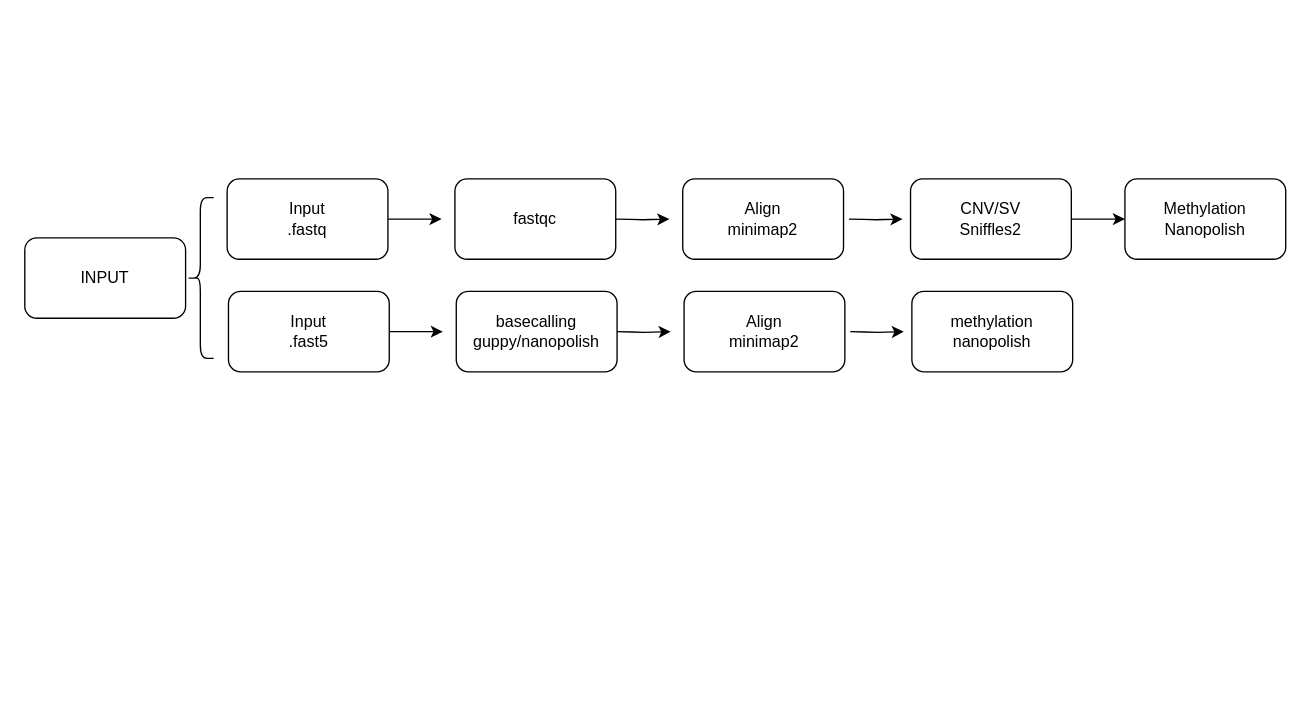
Above: presentation/workflow.drawio in MeowBing/file (draw.io), before the change. Source tidied: cells renumbered, new cells numbered last; positions are measured from the earlier drawing's top-left corner, leaving out a move shared by most shapes. Both pictures are drawn from the tidied source at 134%, with x=0, y=0 at pixel (24, 178).
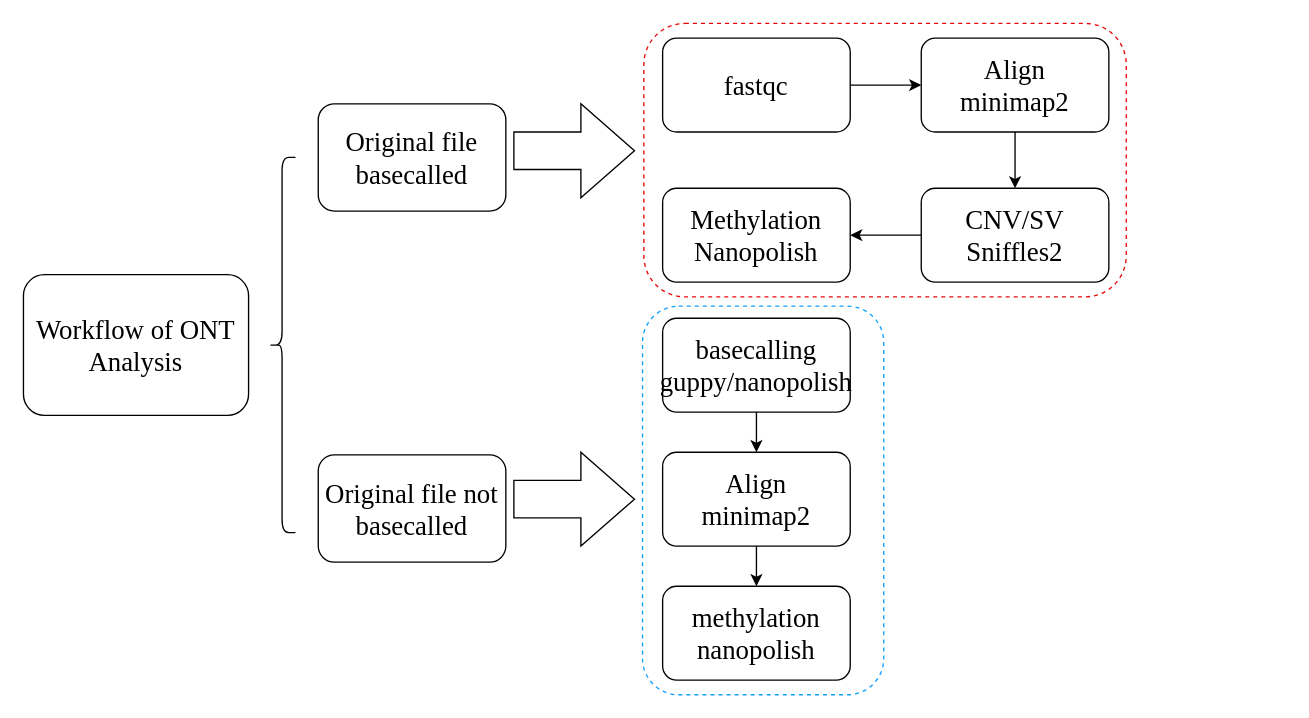
After the change.

Diff of the diagram source:
```diff
@@
-    <mxCell id="2" style="edgeStyle=orthogonalEdgeStyle;jettySize=auto;html=1;" parent="1" edge="1" source="3">
-      <mxGeometry relative="1" as="geometry">
-        <mxPoint x="311" y="30" as="targetPoint" />
-      </mxGeometry>
-    </mxCell>
-    <mxCell id="3" value="Input&lt;div&gt;.fastq&lt;/div&gt;" style="rounded=1;whiteSpace=wrap;html=1;fillColor=none;" parent="1" vertex="1">
-      <mxGeometry x="151" width="120" height="60" as="geometry" />
-    </mxCell>
+    <mxCell id="20" style="edgeStyle=orthogonalEdgeStyle;rounded=0;jettySize=auto;html=1;exitX=0.5;exitY=1;exitDx=0;exitDy=0;entryX=0.5;entryY=0;entryDx=0;entryDy=0;fontFamily=Times New Roman;fontSize=20;" parent="1" edge="1" source="4" target="6">
+      <mxGeometry relative="1" as="geometry" />
+    </mxCell>
-    <mxCell id="4" value="Align&lt;div&gt;minimap2&lt;/div&gt;" style="rounded=1;whiteSpace=wrap;html=1;fillColor=none;" parent="1" vertex="1">
-      <mxGeometry x="491" width="120" height="60" as="geometry" />
+    <mxCell id="4" value="Align&lt;div style=&quot;font-size: 20px;&quot;&gt;minimap2&lt;/div&gt;" style="rounded=1;whiteSpace=wrap;html=1;fillColor=none;fontFamily=Times New Roman;fontSize=20;" parent="1" vertex="1">
+      <mxGeometry x="669" y="-105" width="140" height="70" as="geometry" />
     </mxCell>
-    <mxCell id="5" style="edgeStyle=orthogonalEdgeStyle;jettySize=auto;html=1;" parent="1" edge="1" source="6" target="7">
+    <mxCell id="5" style="edgeStyle=orthogonalEdgeStyle;rounded=0;jettySize=auto;html=1;exitX=0;exitY=0.5;exitDx=0;exitDy=0;entryX=1;entryY=0.5;entryDx=0;entryDy=0;" parent="1" edge="1" source="6" target="7">
       <mxGeometry relative="1" as="geometry" />
     </mxCell>
-    <mxCell id="6" value="CNV/SV&lt;div&gt;Sniffles2&lt;/div&gt;" style="rounded=1;whiteSpace=wrap;html=1;fillColor=none;" parent="1" vertex="1">
-      <mxGeometry x="661" width="120" height="60" as="geometry" />
+    <mxCell id="6" value="CNV/SV&lt;div style=&quot;font-size: 20px;&quot;&gt;Sniffles2&lt;/div&gt;" style="rounded=1;whiteSpace=wrap;html=1;fillColor=none;fontFamily=Times New Roman;fontSize=20;" parent="1" vertex="1">
+      <mxGeometry x="669" y="7" width="140" height="70" as="geometry" />
     </mxCell>
-    <mxCell id="7" value="Methylation&lt;div&gt;Nanopolish&lt;/div&gt;" style="whiteSpace=wrap;html=1;fillColor=none;rounded=1;" parent="1" vertex="1">
-      <mxGeometry x="821" width="120" height="60" as="geometry" />
+    <mxCell id="7" value="Methylation&lt;div style=&quot;font-size: 20px;&quot;&gt;Nanopolish&lt;/div&gt;" style="whiteSpace=wrap;html=1;fillColor=none;rounded=1;fontFamily=Times New Roman;fontSize=20;" parent="1" vertex="1">
+      <mxGeometry x="476" y="7" width="140" height="70" as="geometry" />
     </mxCell>
-    <mxCell id="8" style="edgeStyle=orthogonalEdgeStyle;orthogonalLoop=1;jettySize=auto;html=1;" parent="1" edge="1">
-      <mxGeometry relative="1" as="geometry">
-        <mxPoint x="441" y="30" as="sourcePoint" />
-        <mxPoint x="481" y="30" as="targetPoint" />
-      </mxGeometry>
-    </mxCell>
-    <mxCell id="9" style="edgeStyle=orthogonalEdgeStyle;orthogonalLoop=1;jettySize=auto;html=1;" parent="1" edge="1">
-      <mxGeometry relative="1" as="geometry">
-        <mxPoint x="615" y="30" as="sourcePoint" />
-        <mxPoint x="655" y="30" as="targetPoint" />
-      </mxGeometry>
-    </mxCell>
+    <mxCell id="21" style="edgeStyle=orthogonalEdgeStyle;rounded=0;jettySize=auto;html=1;exitX=1;exitY=0.5;exitDx=0;exitDy=0;entryX=0;entryY=0.5;entryDx=0;entryDy=0;" parent="1" edge="1" source="10" target="4">
+      <mxGeometry relative="1" as="geometry" />
+    </mxCell>
-    <mxCell id="10" value="fastqc" style="rounded=1;whiteSpace=wrap;html=1;fillColor=none;" parent="1" vertex="1">
-      <mxGeometry x="321" width="120" height="60" as="geometry" />
+    <mxCell id="10" value="fastqc" style="rounded=1;whiteSpace=wrap;html=1;fillColor=none;fontFamily=Times New Roman;fontSize=20;" parent="1" vertex="1">
+      <mxGeometry x="476" y="-105" width="140" height="70" as="geometry" />
     </mxCell>
-    <mxCell id="11" style="edgeStyle=orthogonalEdgeStyle;jettySize=auto;html=1;" parent="1" edge="1" source="12">
-      <mxGeometry relative="1" as="geometry">
-        <mxPoint x="312" y="114" as="targetPoint" />
-      </mxGeometry>
-    </mxCell>
-    <mxCell id="12" value="Input&lt;div&gt;.fast5&lt;/div&gt;" style="rounded=1;whiteSpace=wrap;html=1;fillColor=none;" parent="1" vertex="1">
-      <mxGeometry x="152" y="84" width="120" height="60" as="geometry" />
-    </mxCell>
+    <mxCell id="22" style="edgeStyle=orthogonalEdgeStyle;rounded=0;jettySize=auto;html=1;exitX=0.5;exitY=1;exitDx=0;exitDy=0;entryX=0.5;entryY=0;entryDx=0;entryDy=0;fontFamily=Times New Roman;fontSize=20;" parent="1" edge="1" source="13" target="14">
+      <mxGeometry relative="1" as="geometry" />
+    </mxCell>
-    <mxCell id="13" value="Align&lt;div&gt;minimap2&lt;/div&gt;" style="rounded=1;whiteSpace=wrap;html=1;fillColor=none;" parent="1" vertex="1">
-      <mxGeometry x="492" y="84" width="120" height="60" as="geometry" />
+    <mxCell id="13" value="Align&lt;div style=&quot;font-size: 20px;&quot;&gt;minimap2&lt;/div&gt;" style="rounded=1;whiteSpace=wrap;html=1;fillColor=none;fontFamily=Times New Roman;fontSize=20;" parent="1" vertex="1">
+      <mxGeometry x="476" y="204" width="140" height="70" as="geometry" />
     </mxCell>
-    <mxCell id="14" value="methylation&lt;div&gt;nanopolish&lt;/div&gt;" style="rounded=1;whiteSpace=wrap;html=1;fillColor=none;" parent="1" vertex="1">
-      <mxGeometry x="662" y="84" width="120" height="60" as="geometry" />
+    <mxCell id="14" value="methylation&lt;div style=&quot;font-size: 20px;&quot;&gt;nanopolish&lt;/div&gt;" style="rounded=1;whiteSpace=wrap;html=1;fillColor=none;fontFamily=Times New Roman;fontSize=20;" parent="1" vertex="1">
+      <mxGeometry x="476" y="304" width="140" height="70" as="geometry" />
     </mxCell>
-    <mxCell id="15" style="edgeStyle=orthogonalEdgeStyle;orthogonalLoop=1;jettySize=auto;html=1;" parent="1" edge="1">
-      <mxGeometry relative="1" as="geometry">
-        <mxPoint x="442" y="114" as="sourcePoint" />
-        <mxPoint x="482" y="114" as="targetPoint" />
-      </mxGeometry>
-    </mxCell>
-    <mxCell id="16" style="edgeStyle=orthogonalEdgeStyle;orthogonalLoop=1;jettySize=auto;html=1;" parent="1" edge="1">
-      <mxGeometry relative="1" as="geometry">
-        <mxPoint x="616" y="114" as="sourcePoint" />
-        <mxPoint x="656" y="114" as="targetPoint" />
-      </mxGeometry>
-    </mxCell>
+    <mxCell id="23" style="edgeStyle=orthogonalEdgeStyle;rounded=0;jettySize=auto;html=1;exitX=0.5;exitY=1;exitDx=0;exitDy=0;entryX=0.5;entryY=0;entryDx=0;entryDy=0;fontFamily=Times New Roman;fontSize=20;" parent="1" edge="1" source="17" target="13">
+      <mxGeometry relative="1" as="geometry" />
+    </mxCell>
-    <mxCell id="17" value="basecalling&lt;div&gt;guppy/nanopolish&lt;/div&gt;" style="rounded=1;whiteSpace=wrap;html=1;fillColor=none;" parent="1" vertex="1">
-      <mxGeometry x="322" y="84" width="120" height="60" as="geometry" />
+    <mxCell id="17" value="basecalling&lt;div style=&quot;font-size: 20px;&quot;&gt;guppy/nanopolish&lt;/div&gt;" style="rounded=1;whiteSpace=wrap;html=1;fillColor=none;fontFamily=Times New Roman;fontSize=20;" parent="1" vertex="1">
+      <mxGeometry x="476" y="104" width="140" height="70" as="geometry" />
     </mxCell>
-    <mxCell id="18" value="INPUT" style="rounded=1;whiteSpace=wrap;html=1;fillColor=none;" parent="1" vertex="1">
-      <mxGeometry y="44" width="120" height="60" as="geometry" />
-    </mxCell>
-    <mxCell id="19" style="shape=curlyBracket;whiteSpace=wrap;html=1;rounded=1;labelPosition=left;verticalLabelPosition=middle;align=right;verticalAlign=middle;" parent="1" vertex="1">
-      <mxGeometry x="121" y="14" width="20" height="120" as="geometry" />
-    </mxCell>
+    <mxCell id="24" value="&lt;font face=&quot;Times New Roman&quot; style=&quot;font-size: 20px;&quot;&gt;Workflow of ONT Analysis&lt;/font&gt;" style="rounded=1;whiteSpace=wrap;html=1;fillColor=none;" parent="1" vertex="1">
+      <mxGeometry x="-1" y="71.5" width="168" height="105" as="geometry" />
+    </mxCell>
+    <mxCell id="25" style="shape=curlyBracket;whiteSpace=wrap;html=1;rounded=1;labelPosition=left;verticalLabelPosition=middle;align=right;verticalAlign=middle;" parent="1" vertex="1">
+      <mxGeometry x="182" y="-16" width="20" height="280" as="geometry" />
+    </mxCell>
+    <mxCell id="26" value="&lt;font face=&quot;Times New Roman&quot; style=&quot;font-size: 20px;&quot;&gt;Original file basecalled&lt;/font&gt;" style="rounded=1;whiteSpace=wrap;html=1;fillColor=none;" parent="1" vertex="1">
+      <mxGeometry x="219" y="-56" width="140" height="80" as="geometry" />
+    </mxCell>
+    <mxCell id="27" value="&lt;font face=&quot;Times New Roman&quot; style=&quot;font-size: 20px;&quot;&gt;Original file not basecalled&lt;/font&gt;" style="rounded=1;whiteSpace=wrap;html=1;fillColor=none;" parent="1" vertex="1">
+      <mxGeometry x="219" y="206" width="140" height="80" as="geometry" />
+    </mxCell>
+    <mxCell id="28" style="html=1;shadow=0;dashed=0;align=center;verticalAlign=middle;shape=mxgraph.arrows2.arrow;dy=0.6;dx=40;notch=0;fillColor=none;" parent="1" vertex="1">
+      <mxGeometry x="365" y="-56" width="90" height="70" as="geometry" />
+    </mxCell>
+    <mxCell id="29" style="html=1;shadow=0;dashed=0;align=center;verticalAlign=middle;shape=mxgraph.arrows2.arrow;dy=0.6;dx=40;notch=0;fillColor=none;" parent="1" vertex="1">
+      <mxGeometry x="365" y="204" width="90" height="70" as="geometry" />
+    </mxCell>
+    <mxCell id="30" style="rounded=1;whiteSpace=wrap;html=1;fillColor=none;dashed=1;strokeColor=#e70808;" parent="1" vertex="1">
+      <mxGeometry x="462" y="-116" width="360" height="204" as="geometry" />
+    </mxCell>
+    <mxCell id="31" style="rounded=1;whiteSpace=wrap;html=1;dashed=1;fillColor=none;strokeColor=#12A0FF;" parent="1" vertex="1">
+      <mxGeometry x="461" y="95" width="180" height="290" as="geometry" />
+    </mxCell>
```
